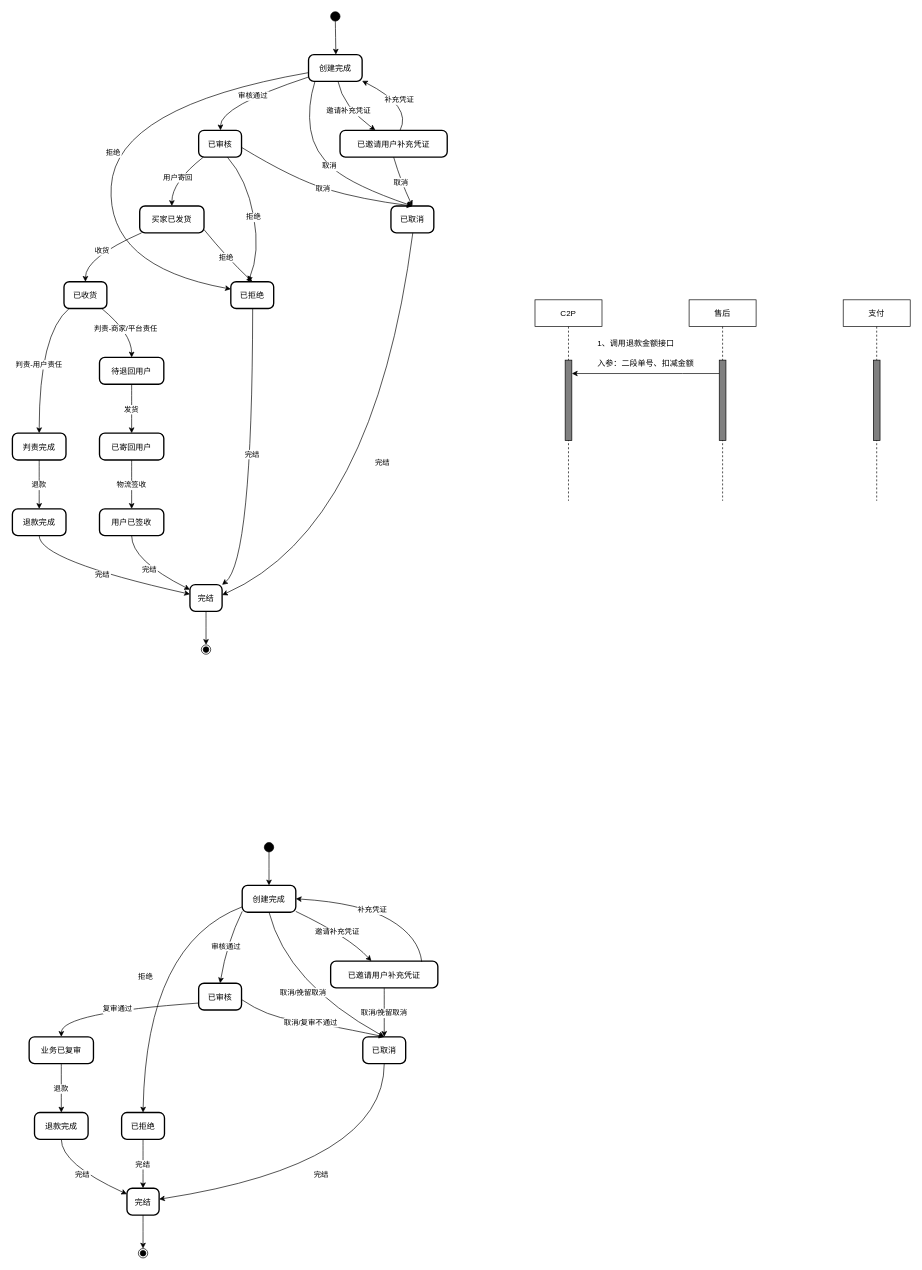
This is 售后单状态机.drawio from Eiji1422/diagrams, a draw.io file, before an edit. Source tidied: cells renumbered, new cells numbered last; positions are measured from the earlier drawing's top-left corner, leaving out a move shared by most shapes. Both pictures are drawn from the tidied source at 67%, with x=0, y=0 at pixel (12, 11).
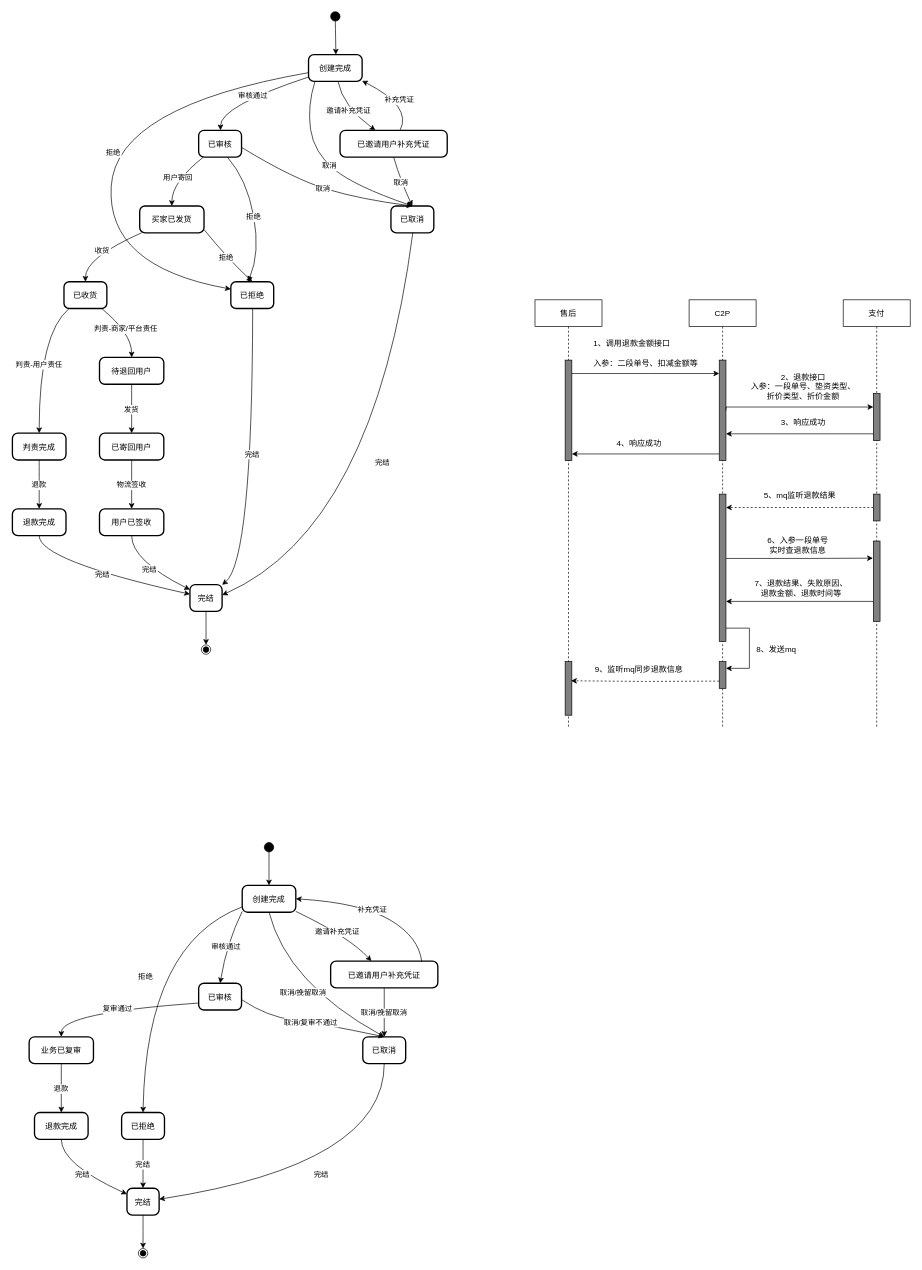
Above is the later version.

Commit message:
更新售后单状态机.drawio

What changed in the source:
```diff
@@
-    <mxCell id="63" value="售后" style="shape=umlLifeline;perimeter=lifelinePerimeter;whiteSpace=wrap;html=1;newEdgeStyle={&quot;edgeStyle&quot;:&quot;elbowEdgeStyle&quot;,&quot;elbow&quot;:&quot;vertical&quot;,&quot;curved&quot;:0,&quot;rounded&quot;:0};" parent="1" vertex="1">
-      <mxGeometry x="1010" y="430" width="100" height="300" as="geometry" />
+    <mxCell id="63" value="C2P" style="shape=umlLifeline;perimeter=lifelinePerimeter;whiteSpace=wrap;html=1;newEdgeStyle={&quot;edgeStyle&quot;:&quot;elbowEdgeStyle&quot;,&quot;elbow&quot;:&quot;vertical&quot;,&quot;curved&quot;:0,&quot;rounded&quot;:0};" parent="1" vertex="1">
+      <mxGeometry x="1010" y="430" width="100" height="640" as="geometry" />
     </mxCell>
     <mxCell id="64" style="html=1;points=[[0,0,0,0,5],[0,1,0,0,-5],[1,0,0,0,5],[1,1,0,0,-5]];perimeter=orthogonalPerimeter;outlineConnect=0;targetShapes=umlLifeline;portConstraint=eastwest;newEdgeStyle={&quot;curved&quot;:0,&quot;rounded&quot;:0};fillColor=#808080;" parent="63" vertex="1">
-      <mxGeometry x="45" y="90" width="10" height="120" as="geometry" />
+      <mxGeometry x="45" y="90" width="10" height="150" as="geometry" />
     </mxCell>
+    <mxCell id="71" style="edgeStyle=orthogonalEdgeStyle;rounded=0;jettySize=auto;html=1;curved=0;" parent="63" edge="1" source="72" target="73">
+      <mxGeometry relative="1" as="geometry">
+        <Array as="points">
+          <mxPoint x="90" y="490" />
+          <mxPoint x="90" y="550" />
+        </Array>
+      </mxGeometry>
+    </mxCell>
+    <mxCell id="72" style="html=1;points=[[0,0,0,0,5],[0,1,0,0,-5],[1,0,0,0,5],[1,1,0,0,-5]];perimeter=orthogonalPerimeter;outlineConnect=0;targetShapes=umlLifeline;portConstraint=eastwest;newEdgeStyle={&quot;curved&quot;:0,&quot;rounded&quot;:0};fillColor=#808080;" parent="63" vertex="1">
+      <mxGeometry x="45" y="290" width="10" height="220" as="geometry" />
+    </mxCell>
+    <mxCell id="73" style="html=1;points=[[0,0,0,0,5],[0,1,0,0,-5],[1,0,0,0,5],[1,1,0,0,-5]];perimeter=orthogonalPerimeter;outlineConnect=0;targetShapes=umlLifeline;portConstraint=eastwest;newEdgeStyle={&quot;curved&quot;:0,&quot;rounded&quot;:0};fillColor=#808080;" parent="63" vertex="1">
+      <mxGeometry x="45" y="540" width="10" height="40" as="geometry" />
+    </mxCell>
-    <mxCell id="65" value="C2P" style="shape=umlLifeline;perimeter=lifelinePerimeter;whiteSpace=wrap;html=1;newEdgeStyle={&quot;edgeStyle&quot;:&quot;elbowEdgeStyle&quot;,&quot;elbow&quot;:&quot;vertical&quot;,&quot;curved&quot;:0,&quot;rounded&quot;:0};" parent="1" vertex="1">
-      <mxGeometry x="780" y="430" width="100" height="300" as="geometry" />
+    <mxCell id="65" value="售后" style="shape=umlLifeline;perimeter=lifelinePerimeter;whiteSpace=wrap;html=1;newEdgeStyle={&quot;edgeStyle&quot;:&quot;elbowEdgeStyle&quot;,&quot;elbow&quot;:&quot;vertical&quot;,&quot;curved&quot;:0,&quot;rounded&quot;:0};" parent="1" vertex="1">
+      <mxGeometry x="780" y="430" width="100" height="640" as="geometry" />
     </mxCell>
     <mxCell id="66" style="html=1;points=[[0,0,0,0,5],[0,1,0,0,-5],[1,0,0,0,5],[1,1,0,0,-5]];perimeter=orthogonalPerimeter;outlineConnect=0;targetShapes=umlLifeline;portConstraint=eastwest;newEdgeStyle={&quot;curved&quot;:0,&quot;rounded&quot;:0};fillColor=#808080;" parent="65" vertex="1">
-      <mxGeometry x="45" y="90" width="10" height="120" as="geometry" />
+      <mxGeometry x="45" y="90" width="10" height="150" as="geometry" />
     </mxCell>
+    <mxCell id="74" style="html=1;perimeter=orthogonalPerimeter;targetShapes=umlLifeline;newEdgeStyle={&quot;curved&quot;:0,&quot;rounded&quot;:0};fillColor=#808080;" parent="65" vertex="1">
+      <mxGeometry x="45" y="540" width="10" height="80" as="geometry" />
+    </mxCell>
     <mxCell id="67" value="支付" style="shape=umlLifeline;perimeter=lifelinePerimeter;whiteSpace=wrap;html=1;newEdgeStyle={&quot;edgeStyle&quot;:&quot;elbowEdgeStyle&quot;,&quot;elbow&quot;:&quot;vertical&quot;,&quot;curved&quot;:0,&quot;rounded&quot;:0};" parent="1" vertex="1">
-      <mxGeometry x="1240" y="430" width="100" height="300" as="geometry" />
+      <mxGeometry x="1240" y="430" width="100" height="640" as="geometry" />
     </mxCell>
     <mxCell id="68" style="html=1;points=[[0,0,0,0,5],[0,1,0,0,-5],[1,0,0,0,5],[1,1,0,0,-5]];perimeter=orthogonalPerimeter;outlineConnect=0;targetShapes=umlLifeline;portConstraint=eastwest;newEdgeStyle={&quot;curved&quot;:0,&quot;rounded&quot;:0};fillColor=#808080;" parent="67" vertex="1">
-      <mxGeometry x="45" y="90" width="10" height="120" as="geometry" />
+      <mxGeometry x="45" y="140" width="10" height="70" as="geometry" />
     </mxCell>
+    <mxCell id="75" style="html=1;points=[[0,0,0,0,5],[0,1,0,0,-5],[1,0,0,0,5],[1,1,0,0,-5]];perimeter=orthogonalPerimeter;outlineConnect=0;targetShapes=umlLifeline;portConstraint=eastwest;newEdgeStyle={&quot;curved&quot;:0,&quot;rounded&quot;:0};fillColor=#808080;" parent="67" vertex="1">
+      <mxGeometry x="45" y="290" width="10" height="40" as="geometry" />
+    </mxCell>
+    <mxCell id="76" style="html=1;points=[[0,0,0,0,5],[0,1,0,0,-5],[1,0,0,0,5],[1,1,0,0,-5]];perimeter=orthogonalPerimeter;outlineConnect=0;targetShapes=umlLifeline;portConstraint=eastwest;newEdgeStyle={&quot;curved&quot;:0,&quot;rounded&quot;:0};fillColor=#808080;" parent="67" vertex="1">
+      <mxGeometry x="45" y="360" width="10" height="120" as="geometry" />
+    </mxCell>
+    <mxCell id="70" value="&lt;div style=&quot;text-align: left;&quot;&gt;&lt;span style=&quot;background-color: transparent; color: light-dark(rgb(0, 0, 0), rgb(255, 255, 255));&quot;&gt;1、调用退款金额接口&lt;/span&gt;&lt;/div&gt;&lt;div style=&quot;text-align: left;&quot;&gt;&lt;span style=&quot;background-color: transparent; color: light-dark(rgb(0, 0, 0), rgb(255, 255, 255));&quot;&gt;&lt;br&gt;&lt;/span&gt;&lt;/div&gt;&lt;div&gt;&lt;div style=&quot;text-align: left;&quot;&gt;&lt;span style=&quot;background-color: transparent; color: light-dark(rgb(0, 0, 0), rgb(255, 255, 255));&quot;&gt;入参：&lt;/span&gt;&lt;span style=&quot;background-color: transparent; color: light-dark(rgb(0, 0, 0), rgb(255, 255, 255));&quot;&gt;二段单号、扣减金额等&lt;/span&gt;&lt;/div&gt;&lt;/div&gt;" style="text;html=1;align=center;verticalAlign=middle;strokeColor=none;fillColor=none;" parent="1" vertex="1">
+      <mxGeometry x="855" y="480" width="180" height="60" as="geometry" />
+    </mxCell>
+    <mxCell id="77" style="edgeStyle=orthogonalEdgeStyle;rounded=0;jettySize=auto;html=1;curved=0;" parent="1" edge="1" source="66" target="64">
+      <mxGeometry relative="1" as="geometry">
+        <Array as="points">
+          <mxPoint x="950" y="540" />
+          <mxPoint x="950" y="540" />
+        </Array>
+      </mxGeometry>
+    </mxCell>
+    <mxCell id="78" style="edgeStyle=orthogonalEdgeStyle;rounded=0;jettySize=auto;html=1;curved=0;" parent="1" edge="1" target="68">
+      <mxGeometry relative="1" as="geometry">
+        <mxPoint x="1065" y="595" as="sourcePoint" />
+        <Array as="points">
+          <mxPoint x="1065" y="590" />
+        </Array>
+      </mxGeometry>
+    </mxCell>
+    <mxCell id="79" value="2、退款接口&lt;div&gt;入参：一段单号、垫资类型、&lt;br&gt;折价类型、折价金额&lt;/div&gt;" style="text;html=1;align=center;verticalAlign=middle;strokeColor=none;fillColor=none;" parent="1" vertex="1">
+      <mxGeometry x="1090" y="530" width="180" height="60" as="geometry" />
+    </mxCell>
+    <mxCell id="80" style="edgeStyle=orthogonalEdgeStyle;rounded=0;jettySize=auto;html=1;curved=0;" parent="1" edge="1" source="68" target="64">
+      <mxGeometry relative="1" as="geometry">
+        <Array as="points">
+          <mxPoint x="1180" y="630" />
+          <mxPoint x="1180" y="630" />
+        </Array>
+      </mxGeometry>
+    </mxCell>
+    <mxCell id="81" value="3、响应成功" style="text;html=1;align=center;verticalAlign=middle;strokeColor=none;fillColor=none;" parent="1" vertex="1">
+      <mxGeometry x="1135" y="599" width="90" height="30" as="geometry" />
+    </mxCell>
     <mxCell id="69" style="edgeStyle=orthogonalEdgeStyle;rounded=0;jettySize=auto;html=1;curved=0;" parent="1" edge="1" source="64" target="66">
       <mxGeometry relative="1" as="geometry">
         <Array as="points">
-          <mxPoint x="1000" y="540" />
-          <mxPoint x="1000" y="540" />
+          <mxPoint x="940" y="660" />
+          <mxPoint x="940" y="660" />
         </Array>
       </mxGeometry>
     </mxCell>
-    <mxCell id="70" value="&lt;div style=&quot;text-align: left;&quot;&gt;&lt;span style=&quot;background-color: transparent; color: light-dark(rgb(0, 0, 0), rgb(255, 255, 255));&quot;&gt;1、调用退款金额接口&lt;/span&gt;&lt;/div&gt;&lt;div style=&quot;text-align: left;&quot;&gt;&lt;span style=&quot;background-color: transparent; color: light-dark(rgb(0, 0, 0), rgb(255, 255, 255));&quot;&gt;&lt;br&gt;&lt;/span&gt;&lt;/div&gt;&lt;div&gt;&lt;div style=&quot;text-align: left;&quot;&gt;&lt;span style=&quot;background-color: transparent; color: light-dark(rgb(0, 0, 0), rgb(255, 255, 255));&quot;&gt;入参：&lt;/span&gt;&lt;span style=&quot;background-color: transparent; color: light-dark(rgb(0, 0, 0), rgb(255, 255, 255));&quot;&gt;二段单号、扣减金额&lt;/span&gt;&lt;/div&gt;&lt;/div&gt;" style="text;html=1;align=center;verticalAlign=middle;strokeColor=none;fillColor=none;" parent="1" vertex="1">
-      <mxGeometry x="860" y="480" width="170" height="60" as="geometry" />
-    </mxCell>
+    <mxCell id="82" value="4、响应成功" style="text;html=1;align=center;verticalAlign=middle;strokeColor=none;fillColor=none;" parent="1" vertex="1">
+      <mxGeometry x="890" y="629" width="90" height="30" as="geometry" />
+    </mxCell>
+    <mxCell id="83" style="edgeStyle=orthogonalEdgeStyle;rounded=0;jettySize=auto;html=1;curved=0;dashed=1;" parent="1" edge="1" source="75" target="72">
+      <mxGeometry relative="1" as="geometry">
+        <Array as="points">
+          <mxPoint x="1120" y="740" />
+          <mxPoint x="1120" y="740" />
+        </Array>
+      </mxGeometry>
+    </mxCell>
+    <mxCell id="84" value="5、mq监听退款结果" style="text;html=1;align=center;verticalAlign=middle;strokeColor=none;fillColor=none;" parent="1" vertex="1">
+      <mxGeometry x="1110" y="708" width="130" height="30" as="geometry" />
+    </mxCell>
+    <mxCell id="85" value="6、入参一段单号&lt;br&gt;实时查退款信息" style="text;html=1;align=center;verticalAlign=middle;strokeColor=none;fillColor=none;" parent="1" vertex="1">
+      <mxGeometry x="1117" y="776" width="110" height="40" as="geometry" />
+    </mxCell>
+    <mxCell id="86" style="edgeStyle=orthogonalEdgeStyle;rounded=0;jettySize=auto;html=1;curved=0;entryX=-0.065;entryY=0.213;entryDx=0;entryDy=0;entryPerimeter=0;" parent="1" edge="1" source="72" target="76">
+      <mxGeometry relative="1" as="geometry">
+        <Array as="points">
+          <mxPoint x="1190" y="816" />
+          <mxPoint x="1190" y="816" />
+        </Array>
+      </mxGeometry>
+    </mxCell>
+    <mxCell id="87" style="edgeStyle=orthogonalEdgeStyle;rounded=0;orthogonalLoop=1;jettySize=auto;html=1;curved=0;" parent="1" edge="1">
+      <mxGeometry relative="1" as="geometry">
+        <mxPoint x="1285" y="880.1" as="sourcePoint" />
+        <mxPoint x="1065" y="880.1" as="targetPoint" />
+        <Array as="points">
+          <mxPoint x="1180" y="880" />
+          <mxPoint x="1180" y="880" />
+        </Array>
+      </mxGeometry>
+    </mxCell>
+    <mxCell id="88" value="7、退款结果、失败原因、&lt;br&gt;退款金额、退款时间等" style="text;html=1;align=center;verticalAlign=middle;strokeColor=none;fillColor=none;" parent="1" vertex="1">
+      <mxGeometry x="1097" y="840" width="160" height="40" as="geometry" />
+    </mxCell>
+    <mxCell id="89" value="8、发送mq" style="text;html=1;align=center;verticalAlign=middle;strokeColor=none;fillColor=none;" parent="1" vertex="1">
+      <mxGeometry x="1100" y="937" width="80" height="30" as="geometry" />
+    </mxCell>
+    <mxCell id="90" style="edgeStyle=orthogonalEdgeStyle;rounded=0;orthogonalLoop=1;jettySize=auto;html=1;curved=0;entryX=0.876;entryY=0.245;entryDx=0;entryDy=0;entryPerimeter=0;dashed=1;" parent="1" edge="1">
+      <mxGeometry relative="1" as="geometry">
+        <mxPoint x="1055" y="999.1" as="sourcePoint" />
+        <mxPoint x="833.8" y="998.6" as="targetPoint" />
+      </mxGeometry>
+    </mxCell>
+    <mxCell id="91" value="9、监听mq同步退款信息" style="text;html=1;align=center;verticalAlign=middle;strokeColor=none;fillColor=none;" parent="1" vertex="1">
+      <mxGeometry x="860" y="967" width="150" height="30" as="geometry" />
+    </mxCell>
```
